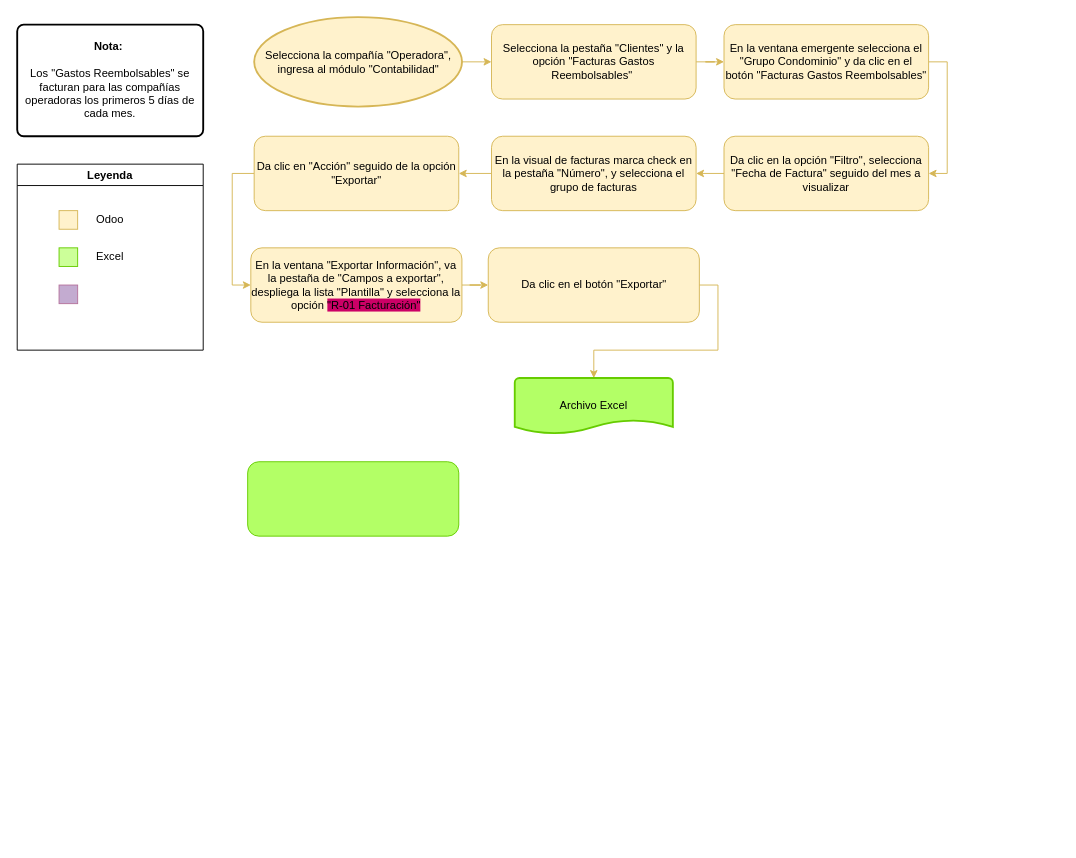
patycodejs/codealo-commerce keeps this draw.io diagram as page "Gastos Reembolsables" (2 of 5) of Proceso Indicadores Facturación de Renta.drawio. Above is the earlier version. Source tidied: cells renumbered, new cells numbered last; positions are measured from the earlier drawing's top-left corner, leaving out a move shared by most shapes. Both pictures are drawn from the tidied source at 93%, with x=0, y=0 at pixel (17, 17).
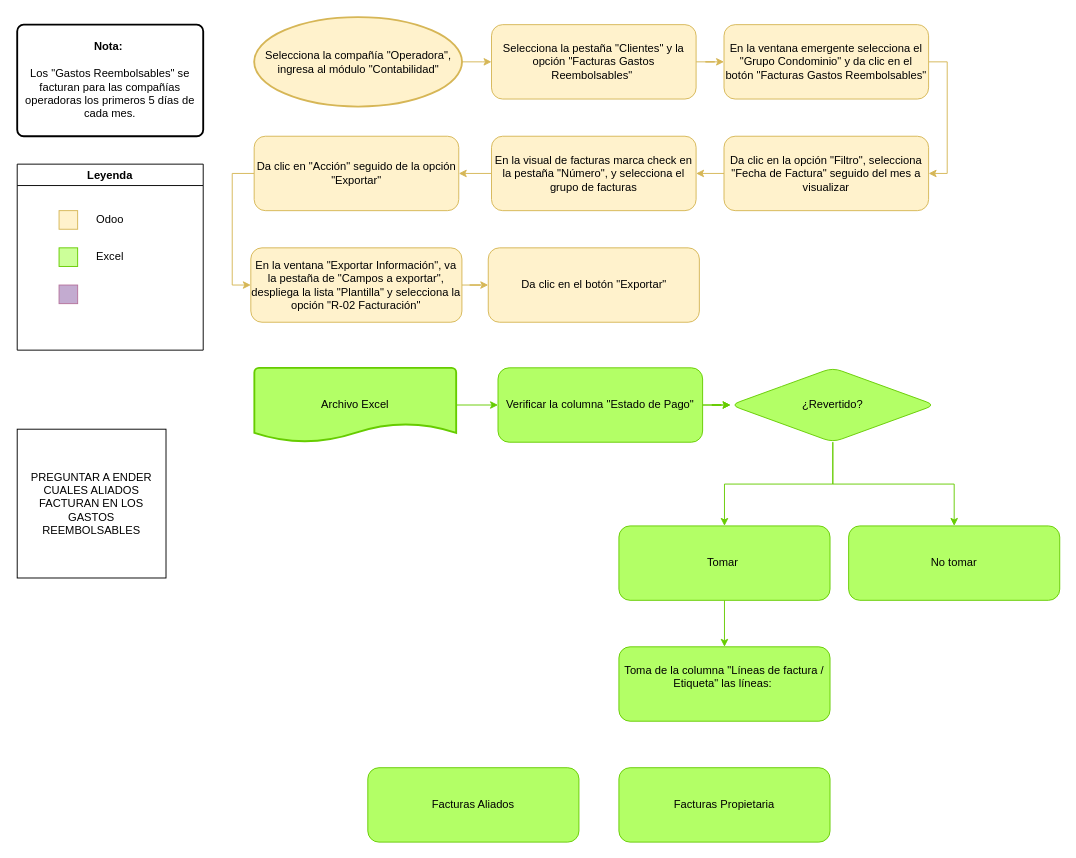
The same diagram, later.

Unchanged cells that the change refers to:
```xml
<mxCell id="20" value="Da clic en el botón &quot;Exportar&quot;" style="rounded=1;whiteSpace=wrap;html=1;fontSize=12;glass=0;strokeWidth=1;shadow=0;fillColor=#fff2cc;strokeColor=#d6b656;" parent="1" vertex="1">
  <mxGeometry x="506.5" y="248" width="227" height="80" as="geometry" />
</mxCell>
```

Diff of the diagram source:
```diff
@@
-    <mxCell id="11" value="Archivo Excel" style="strokeWidth=2;html=1;shape=mxgraph.flowchart.document2;whiteSpace=wrap;size=0.25;fillColor=#B3FF66;strokeColor=#66CC00;" parent="1" vertex="1">
-      <mxGeometry x="535" y="388" width="170" height="60" as="geometry" />
-    </mxCell>
@@
-    <mxCell id="13" value="En la ventana &quot;Exportar Información&quot;, va la pestaña de &quot;Campos a exportar&quot;, despliega la lista &quot;Plantilla&quot; y selecciona la opción &lt;span style=&quot;background-color: rgb(204, 0, 102);&quot;&gt;&quot;R-01 Facturación&quot;&lt;/span&gt;" style="rounded=1;whiteSpace=wrap;html=1;fontSize=12;glass=0;strokeWidth=1;shadow=0;fillColor=#fff2cc;strokeColor=#d6b656;" parent="1" vertex="1">
+    <mxCell id="13" value="En la ventana &quot;Exportar Información&quot;, va la pestaña de &quot;Campos a exportar&quot;, despliega la lista &quot;Plantilla&quot; y selecciona la opción &quot;R-02 Facturación&quot;" style="rounded=1;whiteSpace=wrap;html=1;fontSize=12;glass=0;strokeWidth=1;shadow=0;fillColor=#fff2cc;strokeColor=#d6b656;" parent="1" vertex="1">
       <mxGeometry x="251.2" y="248" width="227" height="80" as="geometry" />
     </mxCell>
@@
-    <mxCell id="24" style="edgeStyle=orthogonalEdgeStyle;rounded=0;jettySize=auto;html=1;exitX=1;exitY=0.5;exitDx=0;exitDy=0;entryX=0.5;entryY=0;entryDx=0;entryDy=0;entryPerimeter=0;strokeColor=#D6B656;" parent="1" edge="1" source="20" target="11">
-      <mxGeometry relative="1" as="geometry" />
-    </mxCell>
-    <mxCell id="25" style="rounded=1;whiteSpace=wrap;html=1;fontSize=12;glass=0;strokeWidth=1;shadow=0;fillColor=#B3FF66;strokeColor=#66CC00;" parent="1" vertex="1">
-      <mxGeometry x="247.8" y="478" width="227" height="80" as="geometry" />
-    </mxCell>
@@
+    <mxCell id="29" style="edgeStyle=orthogonalEdgeStyle;rounded=0;jettySize=auto;html=1;exitX=1;exitY=0.5;exitDx=0;exitDy=0;exitPerimeter=0;entryX=0;entryY=0.5;entryDx=0;entryDy=0;strokeColor=#66CC00;" parent="1" edge="1" source="11" target="32">
+      <mxGeometry relative="1" as="geometry" />
+    </mxCell>
+    <mxCell id="11" value="Archivo Excel" style="strokeWidth=2;html=1;shape=mxgraph.flowchart.document2;whiteSpace=wrap;size=0.25;fillColor=#B3FF66;strokeColor=#66CC00;" parent="1" vertex="1">
+      <mxGeometry x="255" y="377" width="217" height="80" as="geometry" />
+    </mxCell>
+    <mxCell id="30" style="edgeStyle=orthogonalEdgeStyle;rounded=0;jettySize=auto;html=1;strokeColor=#66CC00;" parent="1" edge="1" source="32" target="35">
+      <mxGeometry relative="1" as="geometry" />
+    </mxCell>
+    <mxCell id="31" style="edgeStyle=orthogonalEdgeStyle;rounded=0;jettySize=auto;html=1;strokeColor=#66CC00;" parent="1" edge="1" source="32" target="35">
+      <mxGeometry relative="1" as="geometry" />
+    </mxCell>
+    <mxCell id="32" value="Verificar la columna &quot;Estado de Pago&quot;" style="rounded=1;whiteSpace=wrap;html=1;fontSize=12;glass=0;strokeWidth=1;shadow=0;fillColor=#B3FF66;strokeColor=#66CC00;" parent="1" vertex="1">
+      <mxGeometry x="517" y="377" width="220" height="80" as="geometry" />
+    </mxCell>
+    <mxCell id="33" style="edgeStyle=orthogonalEdgeStyle;rounded=0;jettySize=auto;html=1;exitX=0.5;exitY=1;exitDx=0;exitDy=0;entryX=0.5;entryY=0;entryDx=0;entryDy=0;strokeColor=#66CC00;" parent="1" edge="1" source="35" target="38">
+      <mxGeometry relative="1" as="geometry" />
+    </mxCell>
+    <mxCell id="34" style="edgeStyle=orthogonalEdgeStyle;rounded=0;jettySize=auto;html=1;exitX=0.5;exitY=1;exitDx=0;exitDy=0;entryX=0.5;entryY=0;entryDx=0;entryDy=0;strokeColor=#66CC00;" parent="1" edge="1" source="35" target="37">
+      <mxGeometry relative="1" as="geometry" />
+    </mxCell>
+    <mxCell id="35" value="¿Revertido?" style="rhombus;whiteSpace=wrap;html=1;fillColor=#B3FF66;strokeColor=#66CC00;rounded=1;glass=0;strokeWidth=1;shadow=0;" parent="1" vertex="1">
+      <mxGeometry x="767" y="377" width="220" height="80" as="geometry" />
+    </mxCell>
+    <mxCell id="36" style="edgeStyle=orthogonalEdgeStyle;rounded=0;jettySize=auto;html=1;exitX=0.5;exitY=1;exitDx=0;exitDy=0;entryX=0.5;entryY=0;entryDx=0;entryDy=0;strokeColor=#66CC00;" parent="1" edge="1" source="37" target="39">
+      <mxGeometry relative="1" as="geometry" />
+    </mxCell>
+    <mxCell id="37" value="Tomar&amp;nbsp;" style="rounded=1;whiteSpace=wrap;html=1;fontSize=12;glass=0;strokeWidth=1;shadow=0;fillColor=#B3FF66;strokeColor=#66CC00;" parent="1" vertex="1">
+      <mxGeometry x="647" y="547" width="227" height="80" as="geometry" />
+    </mxCell>
+    <mxCell id="38" value="No tomar" style="rounded=1;whiteSpace=wrap;html=1;fontSize=12;glass=0;strokeWidth=1;shadow=0;fillColor=#B3FF66;strokeColor=#66CC00;" parent="1" vertex="1">
+      <mxGeometry x="894" y="547" width="227" height="80" as="geometry" />
+    </mxCell>
+    <mxCell id="39" value="Toma de la columna &quot;Líneas de factura / Etiqueta&quot; las líneas:&amp;nbsp;&lt;div&gt;&lt;br&gt;&lt;/div&gt;" style="rounded=1;whiteSpace=wrap;html=1;fontSize=12;glass=0;strokeWidth=1;shadow=0;fillColor=#B3FF66;strokeColor=#66CC00;" parent="1" vertex="1">
+      <mxGeometry x="647" y="677" width="227" height="80" as="geometry" />
+    </mxCell>
+    <mxCell id="40" value="Facturas Aliados" style="rounded=1;whiteSpace=wrap;html=1;fontSize=12;glass=0;strokeWidth=1;shadow=0;fillColor=#B3FF66;strokeColor=#66CC00;" parent="1" vertex="1">
+      <mxGeometry x="377" y="807" width="227" height="80" as="geometry" />
+    </mxCell>
+    <mxCell id="41" value="Facturas Propietaria" style="rounded=1;whiteSpace=wrap;html=1;fontSize=12;glass=0;strokeWidth=1;shadow=0;fillColor=#B3FF66;strokeColor=#66CC00;" parent="1" vertex="1">
+      <mxGeometry x="647" y="807" width="227" height="80" as="geometry" />
+    </mxCell>
+    <mxCell id="42" value="PREGUNTAR A ENDER CUALES ALIADOS FACTURAN EN LOS GASTOS REEMBOLSABLES" style="whiteSpace=wrap;html=1;" parent="1" vertex="1">
+      <mxGeometry y="443" width="160" height="160" as="geometry" />
+    </mxCell>
```
